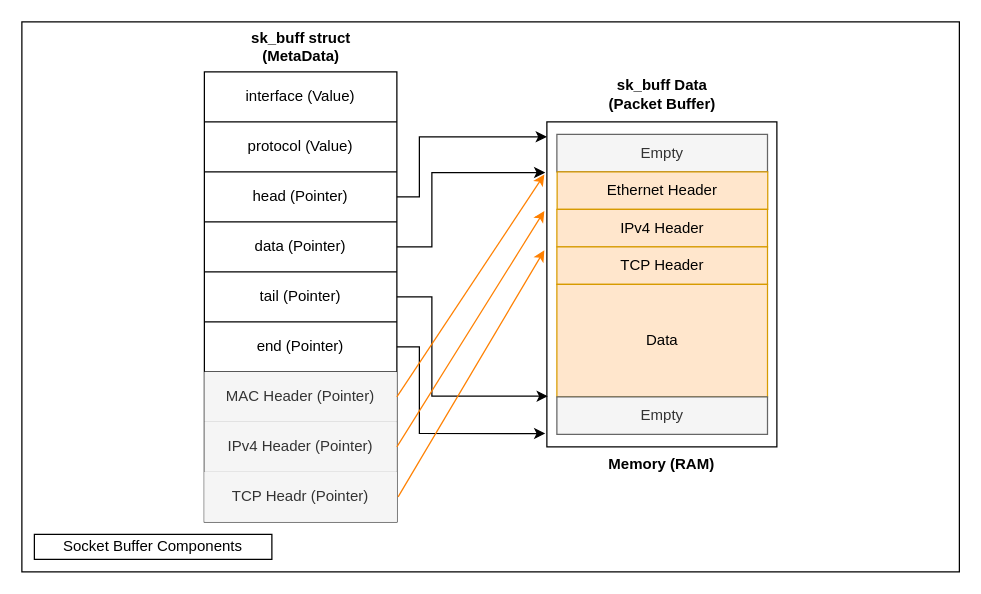
This is content/blog/004_linux_0001_understanding_linux_networking/004_linux_0001_understanding_linux_networking_part_1/socket_buffer.drawio from amrelhusseiny/amrelhusseiny.github.io, a draw.io file, before an edit. Source tidied: cells renumbered, new cells numbered last; positions are measured from the earlier drawing's top-left corner, leaving out a move shared by most shapes. Both pictures are drawn from the tidied source at 125%, with x=0, y=0 at pixel (21, 21).
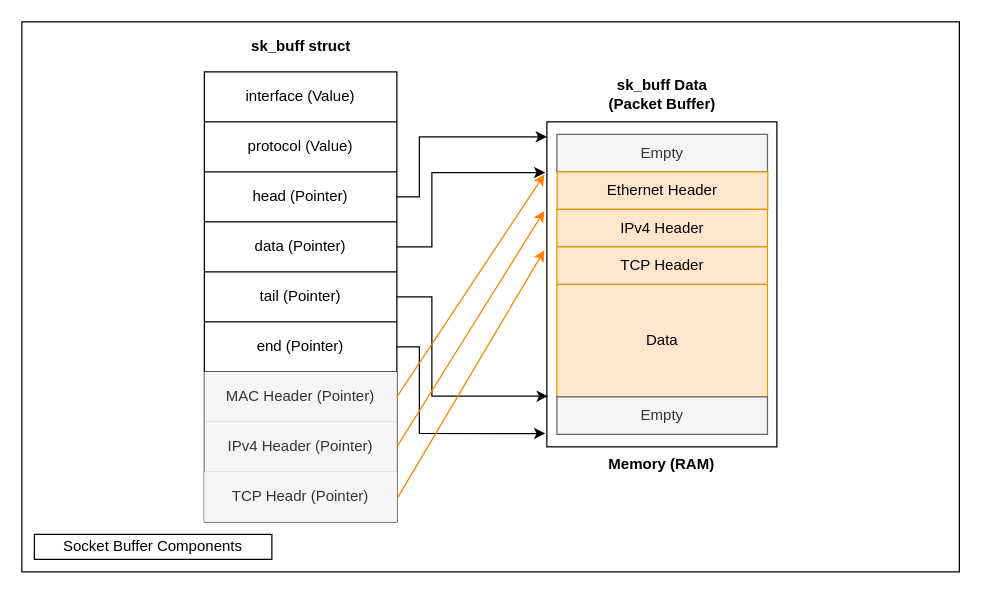
Above is the later version.

Unchanged cells that the change refers to:
```xml
<mxCell id="2" style="rounded=0;whiteSpace=wrap;html=1;" parent="1" vertex="1">
  <mxGeometry width="750" height="440" as="geometry" />
</mxCell>
```

What changed in the source:
```diff
@@
-    <mxCell id="3" value="sk_buff struct&lt;br&gt;(MetaData)" style="text;html=1;align=center;verticalAlign=middle;strokeColor=none;fillColor=none;fontStyle=1;" parent="2" vertex="1">
-      <mxGeometry x="173" y="5" width="100" height="30" as="geometry" />
+    <mxCell id="3" value="sk_buff struct" style="text;html=1;align=center;verticalAlign=middle;strokeColor=none;fillColor=none;fontStyle=1;" parent="2" vertex="1">
+      <mxGeometry x="173" y="10" width="100" height="20" as="geometry" />
     </mxCell>
```
